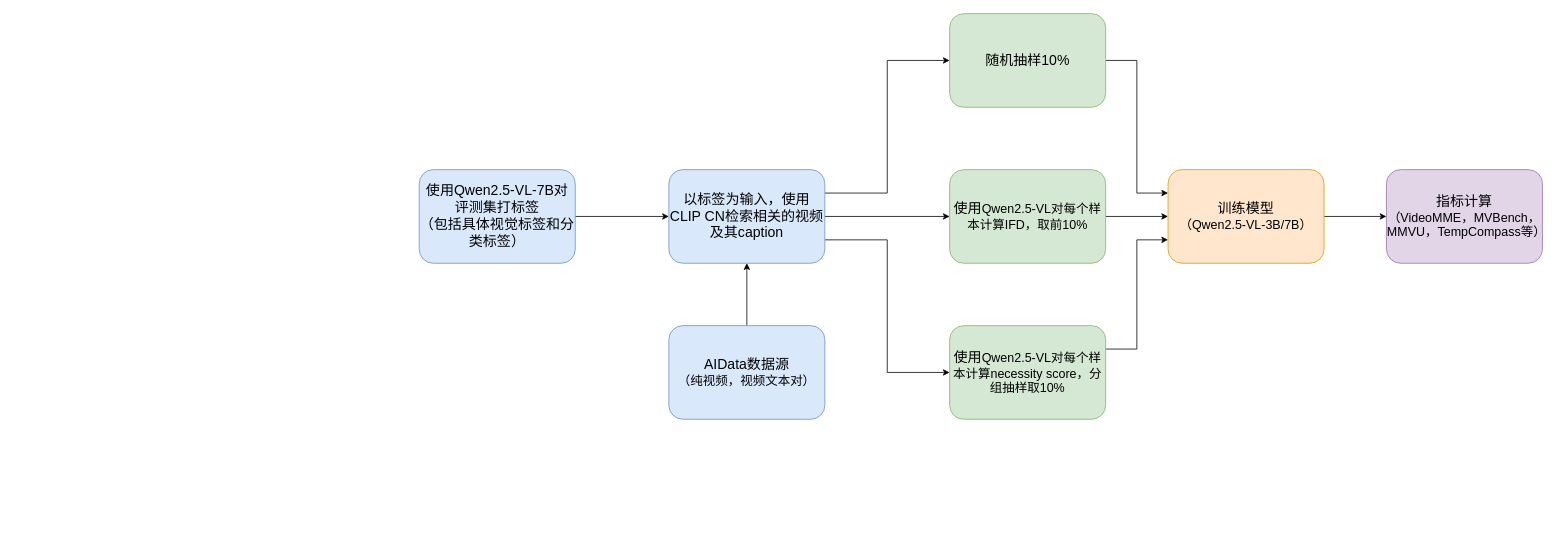
The draw.io diagram 大模型数据选择与训练评测流程.drawio in jiashenggu/ai_in_bio, before the edit. Source tidied: cells renumbered, new cells numbered last; positions are measured from the earlier drawing's top-left corner, leaving out a move shared by most shapes. Both pictures are drawn from the tidied source at 78%, with x=0, y=0 at pixel (419, 13).
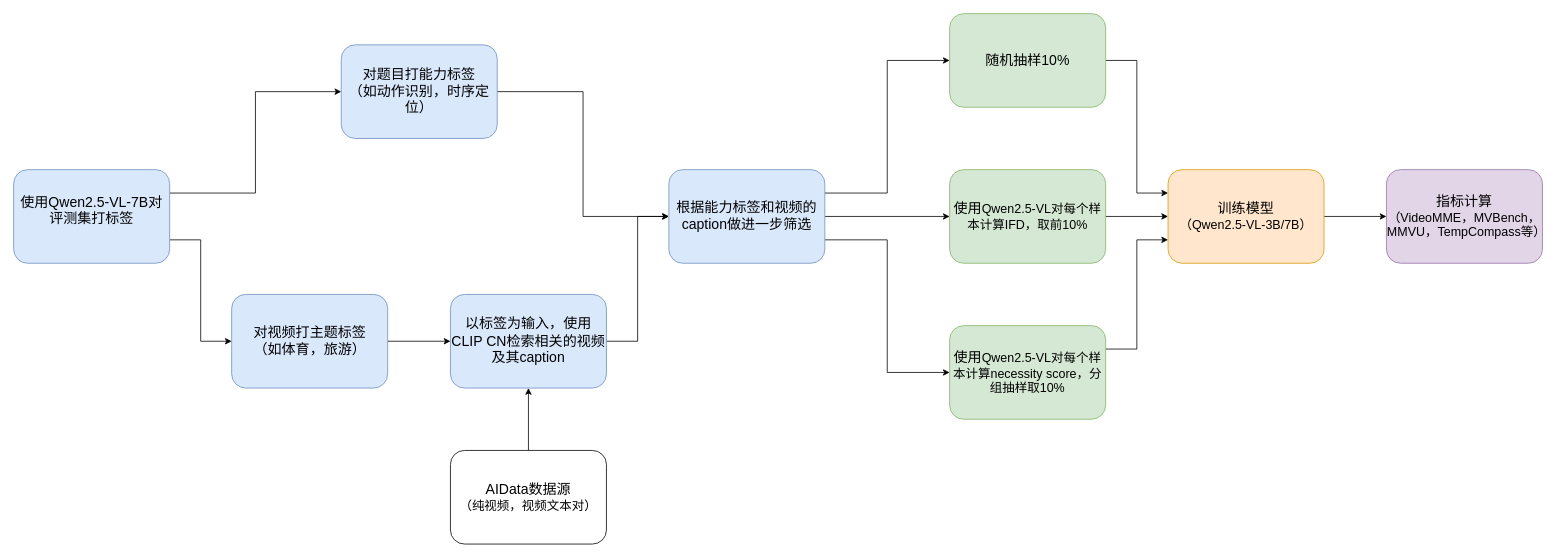
The same diagram, later.

Commit message:
更新大模型数据选择与训练评测流程.drawio

Change to the diagram source:
```diff
@@
-    <mxCell id="2" style="edgeStyle=orthogonalEdgeStyle;rounded=0;jettySize=auto;html=1;entryX=0.5;entryY=1;entryDx=0;entryDy=0;" parent="1" edge="1" source="3" target="14">
+    <mxCell id="2" style="edgeStyle=orthogonalEdgeStyle;rounded=0;jettySize=auto;html=1;entryX=0.5;entryY=1;entryDx=0;entryDy=0;" parent="1" edge="1" source="3" target="10">
       <mxGeometry relative="1" as="geometry" />
     </mxCell>
-    <mxCell id="3" value="&lt;font style=&quot;font-size: 18px;&quot;&gt;AIData数据源&lt;/font&gt;&lt;div&gt;&lt;font size=&quot;3&quot;&gt;（纯视频，视频文本对）&lt;/font&gt;&lt;/div&gt;" style="rounded=1;whiteSpace=wrap;html=1;fillColor=#dae8fc;strokeColor=#6c8ebf;" parent="1" vertex="1">
-      <mxGeometry x="320" y="400" width="200" height="120" as="geometry" />
+    <mxCell id="3" value="&lt;font style=&quot;font-size: 18px;&quot;&gt;AIData数据源&lt;/font&gt;&lt;div&gt;&lt;font size=&quot;3&quot;&gt;（纯视频，视频文本对）&lt;/font&gt;&lt;/div&gt;" style="rounded=1;whiteSpace=wrap;html=1;" parent="1" vertex="1">
+      <mxGeometry x="40" y="560" width="200" height="120" as="geometry" />
     </mxCell>
@@
-    <mxCell id="10" value="&lt;font style=&quot;font-size: 18px;&quot;&gt;使用&lt;span style=&quot;color: light-dark(rgb(0, 0, 0), rgb(255, 255, 255)); background-color: transparent; text-align: left;&quot;&gt;Qwen2.5-VL-7B对评测集打标签&lt;/span&gt;&lt;/font&gt;&lt;div&gt;&lt;font style=&quot;font-size: 18px;&quot;&gt;&lt;span style=&quot;color: light-dark(rgb(0, 0, 0), rgb(255, 255, 255)); background-color: transparent; text-align: left;&quot;&gt;（包括具体视觉标签和分类标签）&lt;/span&gt;&lt;/font&gt;&lt;/div&gt;" style="rounded=1;whiteSpace=wrap;html=1;fillColor=#dae8fc;strokeColor=#6c8ebf;" parent="1" vertex="1">
-      <mxGeometry y="200" width="200" height="120" as="geometry" />
+    <mxCell id="10" value="&lt;div&gt;&lt;span style=&quot;font-size: 18px;&quot;&gt;以标签为输入，&lt;/span&gt;&lt;span style=&quot;font-size: 18px;&quot;&gt;使用CLIP CN检索相关的视频及其caption&lt;/span&gt;&lt;/div&gt;" style="rounded=1;whiteSpace=wrap;html=1;fillColor=#dae8fc;strokeColor=#6c8ebf;" parent="1" vertex="1">
+      <mxGeometry x="40" y="360" width="200" height="120" as="geometry" />
     </mxCell>
@@
-    <mxCell id="14" value="&lt;span style=&quot;font-size: 18px;&quot;&gt;以标签为输入，&lt;/span&gt;&lt;span style=&quot;font-size: 18px;&quot;&gt;使用CLIP CN检索相关的视频及其caption&lt;/span&gt;" style="rounded=1;whiteSpace=wrap;html=1;fillColor=#dae8fc;strokeColor=#6c8ebf;" parent="1" vertex="1">
+    <mxCell id="14" value="&lt;span style=&quot;font-size: 18px;&quot;&gt;根据能力标签和视频的caption做进一步筛选&lt;/span&gt;" style="rounded=1;whiteSpace=wrap;html=1;fillColor=#dae8fc;strokeColor=#6c8ebf;" parent="1" vertex="1">
       <mxGeometry x="320" y="200" width="200" height="120" as="geometry" />
     </mxCell>
@@
+    <mxCell id="19" style="edgeStyle=orthogonalEdgeStyle;rounded=0;jettySize=auto;html=1;exitX=1;exitY=0.75;exitDx=0;exitDy=0;entryX=0;entryY=0.5;entryDx=0;entryDy=0;" parent="1" edge="1" source="21" target="23">
+      <mxGeometry relative="1" as="geometry" />
+    </mxCell>
+    <mxCell id="20" style="edgeStyle=orthogonalEdgeStyle;rounded=0;jettySize=auto;html=1;exitX=1;exitY=0.25;exitDx=0;exitDy=0;entryX=0;entryY=0.5;entryDx=0;entryDy=0;" parent="1" edge="1" source="21" target="25">
+      <mxGeometry relative="1" as="geometry" />
+    </mxCell>
+    <mxCell id="21" value="&lt;font style=&quot;font-size: 18px;&quot;&gt;使用&lt;span style=&quot;color: light-dark(rgb(0, 0, 0), rgb(255, 255, 255)); background-color: transparent; text-align: left;&quot;&gt;Qwen2.5-VL-7B对评测集打标签&lt;/span&gt;&lt;/font&gt;&lt;div&gt;&lt;br&gt;&lt;/div&gt;" style="rounded=1;whiteSpace=wrap;html=1;fillColor=#dae8fc;strokeColor=#6c8ebf;" parent="1" vertex="1">
+      <mxGeometry x="-520" y="200" width="200" height="120" as="geometry" />
+    </mxCell>
+    <mxCell id="22" style="edgeStyle=orthogonalEdgeStyle;rounded=0;jettySize=auto;html=1;entryX=0;entryY=0.5;entryDx=0;entryDy=0;" parent="1" edge="1" source="23" target="10">
+      <mxGeometry relative="1" as="geometry" />
+    </mxCell>
+    <mxCell id="23" value="&lt;span style=&quot;font-size: 18px;&quot;&gt;对视频打主题标签&lt;/span&gt;&lt;div&gt;&lt;span style=&quot;font-size: 18px;&quot;&gt;（如体育，旅游）&lt;/span&gt;&lt;/div&gt;" style="rounded=1;whiteSpace=wrap;html=1;fillColor=#dae8fc;strokeColor=#6c8ebf;" parent="1" vertex="1">
+      <mxGeometry x="-240.5" y="360" width="200" height="120" as="geometry" />
+    </mxCell>
+    <mxCell id="24" style="edgeStyle=orthogonalEdgeStyle;rounded=0;jettySize=auto;html=1;entryX=0;entryY=0.5;entryDx=0;entryDy=0;" parent="1" edge="1" source="25" target="14">
+      <mxGeometry relative="1" as="geometry" />
+    </mxCell>
+    <mxCell id="25" value="&lt;span style=&quot;font-size: 18px;&quot;&gt;对题目打能力标签&lt;/span&gt;&lt;div&gt;&lt;span style=&quot;font-size: 18px;&quot;&gt;（如动作识别，时序定位）&lt;/span&gt;&lt;/div&gt;" style="rounded=1;whiteSpace=wrap;html=1;fillColor=#dae8fc;strokeColor=#6c8ebf;" parent="1" vertex="1">
+      <mxGeometry x="-100" y="40" width="200" height="120" as="geometry" />
+    </mxCell>
```
